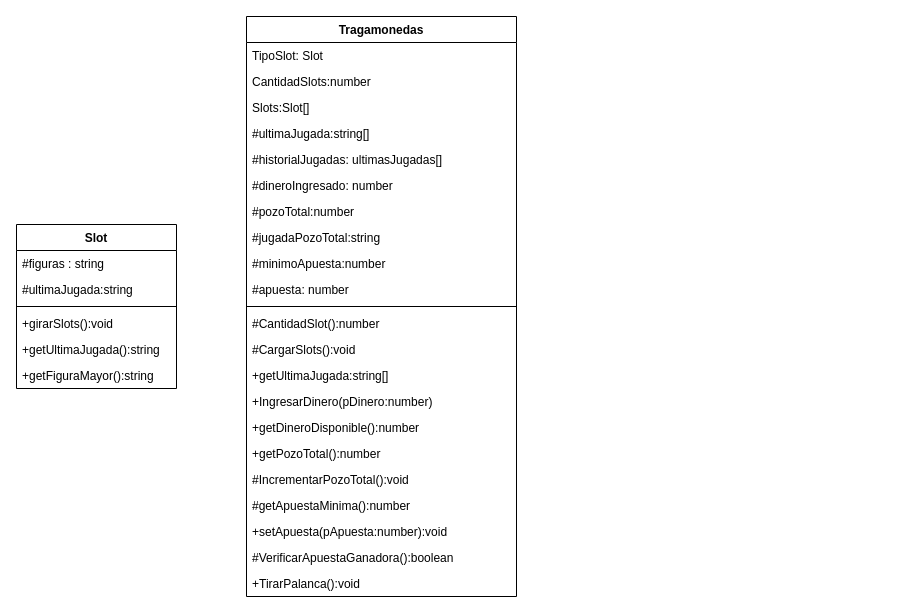
Before: page "TRAGAMONEDAS" (2 of 5) of MaquinaTragamonedas.drawio in gceballos23/Casino, a draw.io diagram. Source tidied: cells renumbered, new cells numbered last; positions are measured from the earlier drawing's top-left corner, leaving out a move shared by most shapes. Both pictures are drawn from the tidied source at 100%, with x=0, y=0 at pixel (16, 16).
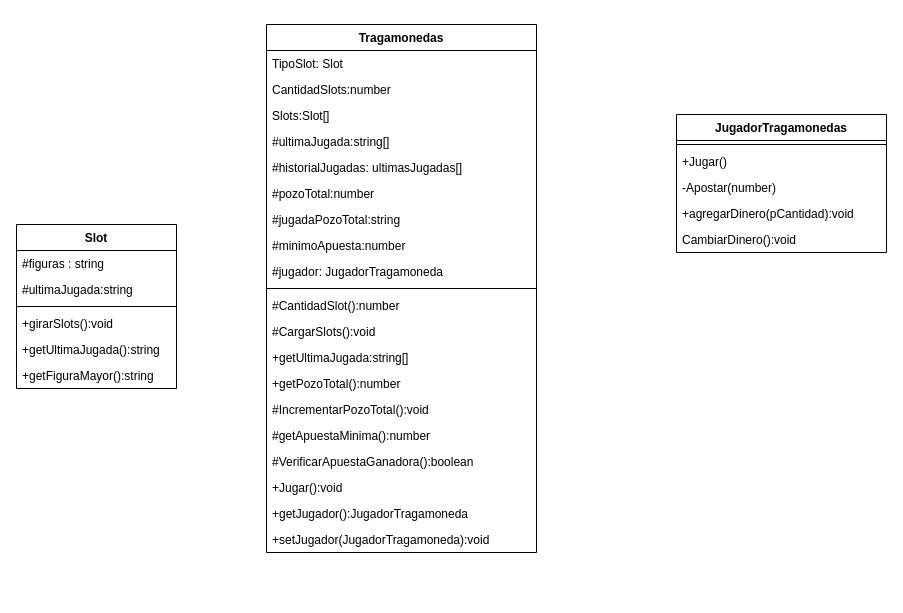
The same diagram, later.

The edit, as a diff of the source:
```diff
@@
     <mxCell id="9" value="Tragamonedas" style="swimlane;fontStyle=1;align=center;verticalAlign=top;horizontal=1;startSize=26;" parent="1" vertex="1">
-      <mxGeometry x="230" width="270" height="580" as="geometry" />
+      <mxGeometry x="250" y="8" width="270" height="528" as="geometry" />
     </mxCell>
@@
-    <mxCell id="15" value="#dineroIngresado: number" style="text;strokeColor=none;fillColor=none;align=left;verticalAlign=top;spacingLeft=4;spacingRight=4;overflow=hidden;" parent="9" vertex="1">
-      <mxGeometry y="156" width="270" height="26" as="geometry" />
-    </mxCell>
     <mxCell id="16" value="#pozoTotal:number" style="text;strokeColor=none;fillColor=none;align=left;verticalAlign=top;spacingLeft=4;spacingRight=4;overflow=hidden;" parent="9" vertex="1">
-      <mxGeometry y="182" width="270" height="26" as="geometry" />
+      <mxGeometry y="156" width="270" height="26" as="geometry" />
     </mxCell>
     <mxCell id="17" value="#jugadaPozoTotal:string" style="text;strokeColor=none;fillColor=none;align=left;verticalAlign=top;spacingLeft=4;spacingRight=4;overflow=hidden;" parent="9" vertex="1">
-      <mxGeometry y="208" width="270" height="26" as="geometry" />
+      <mxGeometry y="182" width="270" height="26" as="geometry" />
     </mxCell>
     <mxCell id="18" value="#minimoApuesta:number" style="text;strokeColor=none;fillColor=none;align=left;verticalAlign=top;spacingLeft=4;spacingRight=4;overflow=hidden;" parent="9" vertex="1">
-      <mxGeometry y="234" width="270" height="26" as="geometry" />
+      <mxGeometry y="208" width="270" height="26" as="geometry" />
     </mxCell>
-    <mxCell id="19" value="#apuesta: number" style="text;strokeColor=none;fillColor=none;align=left;verticalAlign=top;spacingLeft=4;spacingRight=4;overflow=hidden;" parent="9" vertex="1">
-      <mxGeometry y="260" width="270" height="26" as="geometry" />
-    </mxCell>
+    <mxCell id="32" value="#jugador: JugadorTragamoneda" style="text;strokeColor=none;fillColor=none;align=left;verticalAlign=top;spacingLeft=4;spacingRight=4;overflow=hidden;" parent="9" vertex="1">
+      <mxGeometry y="234" width="270" height="26" as="geometry" />
+    </mxCell>
     <mxCell id="20" style="line;strokeWidth=1;fillColor=none;align=left;verticalAlign=middle;spacingTop=-1;spacingLeft=3;spacingRight=3;labelPosition=right;strokeColor=inherit;" parent="9" vertex="1">
-      <mxGeometry y="286" width="270" height="8" as="geometry" />
+      <mxGeometry y="260" width="270" height="8" as="geometry" />
     </mxCell>
     <mxCell id="21" value="#CantidadSlot():number" style="text;strokeColor=none;fillColor=none;align=left;verticalAlign=top;spacingLeft=4;spacingRight=4;overflow=hidden;" parent="9" vertex="1">
-      <mxGeometry y="294" width="270" height="26" as="geometry" />
+      <mxGeometry y="268" width="270" height="26" as="geometry" />
     </mxCell>
     <mxCell id="22" value="#CargarSlots():void" style="text;strokeColor=none;fillColor=none;align=left;verticalAlign=top;spacingLeft=4;spacingRight=4;overflow=hidden;" parent="9" vertex="1">
-      <mxGeometry y="320" width="270" height="26" as="geometry" />
+      <mxGeometry y="294" width="270" height="26" as="geometry" />
     </mxCell>
     <mxCell id="23" value="+getUltimaJugada:string[]" style="text;strokeColor=none;fillColor=none;align=left;verticalAlign=top;spacingLeft=4;spacingRight=4;overflow=hidden;" parent="9" vertex="1">
-      <mxGeometry y="346" width="270" height="26" as="geometry" />
+      <mxGeometry y="320" width="270" height="26" as="geometry" />
     </mxCell>
-    <mxCell id="24" value="+IngresarDinero(pDinero:number)" style="text;strokeColor=none;fillColor=none;align=left;verticalAlign=top;spacingLeft=4;spacingRight=4;overflow=hidden;" parent="9" vertex="1">
-      <mxGeometry y="372" width="270" height="26" as="geometry" />
-    </mxCell>
-    <mxCell id="25" value="+getDineroDisponible():number" style="text;strokeColor=none;fillColor=none;align=left;verticalAlign=top;spacingLeft=4;spacingRight=4;overflow=hidden;" parent="9" vertex="1">
-      <mxGeometry y="398" width="270" height="26" as="geometry" />
-    </mxCell>
     <mxCell id="26" value="+getPozoTotal():number" style="text;strokeColor=none;fillColor=none;align=left;verticalAlign=top;spacingLeft=4;spacingRight=4;overflow=hidden;" parent="9" vertex="1">
-      <mxGeometry y="424" width="270" height="26" as="geometry" />
+      <mxGeometry y="346" width="270" height="26" as="geometry" />
     </mxCell>
     <mxCell id="27" value="#IncrementarPozoTotal():void" style="text;strokeColor=none;fillColor=none;align=left;verticalAlign=top;spacingLeft=4;spacingRight=4;overflow=hidden;" parent="9" vertex="1">
-      <mxGeometry y="450" width="270" height="26" as="geometry" />
+      <mxGeometry y="372" width="270" height="26" as="geometry" />
     </mxCell>
     <mxCell id="28" value="#getApuestaMinima():number" style="text;strokeColor=none;fillColor=none;align=left;verticalAlign=top;spacingLeft=4;spacingRight=4;overflow=hidden;" parent="9" vertex="1">
-      <mxGeometry y="476" width="270" height="26" as="geometry" />
+      <mxGeometry y="398" width="270" height="26" as="geometry" />
     </mxCell>
-    <mxCell id="29" value="+setApuesta(pApuesta:number):void" style="text;strokeColor=none;fillColor=none;align=left;verticalAlign=top;spacingLeft=4;spacingRight=4;overflow=hidden;" parent="9" vertex="1">
-      <mxGeometry y="502" width="270" height="26" as="geometry" />
-    </mxCell>
     <mxCell id="30" value="#VerificarApuestaGanadora():boolean" style="text;strokeColor=none;fillColor=none;align=left;verticalAlign=top;spacingLeft=4;spacingRight=4;overflow=hidden;" parent="9" vertex="1">
-      <mxGeometry y="528" width="270" height="26" as="geometry" />
+      <mxGeometry y="424" width="270" height="26" as="geometry" />
     </mxCell>
-    <mxCell id="31" value="+TirarPalanca():void" style="text;strokeColor=none;fillColor=none;align=left;verticalAlign=top;spacingLeft=4;spacingRight=4;overflow=hidden;" parent="9" vertex="1">
-      <mxGeometry y="554" width="270" height="26" as="geometry" />
+    <mxCell id="31" value="+Jugar():void" style="text;strokeColor=none;fillColor=none;align=left;verticalAlign=top;spacingLeft=4;spacingRight=4;overflow=hidden;" parent="9" vertex="1">
+      <mxGeometry y="450" width="270" height="26" as="geometry" />
     </mxCell>
+    <mxCell id="33" value="+getJugador():JugadorTragamoneda" style="text;strokeColor=none;fillColor=none;align=left;verticalAlign=top;spacingLeft=4;spacingRight=4;overflow=hidden;" parent="9" vertex="1">
+      <mxGeometry y="476" width="270" height="26" as="geometry" />
+    </mxCell>
+    <mxCell id="34" value="+setJugador(JugadorTragamoneda):void" style="text;strokeColor=none;fillColor=none;align=left;verticalAlign=top;spacingLeft=4;spacingRight=4;overflow=hidden;" parent="9" vertex="1">
+      <mxGeometry y="502" width="270" height="26" as="geometry" />
+    </mxCell>
+    <mxCell id="35" value="JugadorTragamonedas" style="swimlane;fontStyle=1;align=center;verticalAlign=top;horizontal=1;startSize=26;" parent="1" vertex="1">
+      <mxGeometry x="660" y="98" width="210" height="138" as="geometry" />
+    </mxCell>
+    <mxCell id="36" style="line;strokeWidth=1;fillColor=none;align=left;verticalAlign=middle;spacingTop=-1;spacingLeft=3;spacingRight=3;labelPosition=right;strokeColor=inherit;" parent="35" vertex="1">
+      <mxGeometry y="26" width="210" height="8" as="geometry" />
+    </mxCell>
+    <mxCell id="37" value="+Jugar()" style="text;strokeColor=none;fillColor=none;align=left;verticalAlign=top;spacingLeft=4;spacingRight=4;overflow=hidden;" parent="35" vertex="1">
+      <mxGeometry y="34" width="210" height="26" as="geometry" />
+    </mxCell>
+    <mxCell id="38" value="-Apostar(number)" style="text;strokeColor=none;fillColor=none;align=left;verticalAlign=top;spacingLeft=4;spacingRight=4;overflow=hidden;" parent="35" vertex="1">
+      <mxGeometry y="60" width="210" height="26" as="geometry" />
+    </mxCell>
+    <mxCell id="39" value="+agregarDinero(pCantidad):void" style="text;strokeColor=none;fillColor=none;align=left;verticalAlign=top;spacingLeft=4;spacingRight=4;overflow=hidden;" parent="35" vertex="1">
+      <mxGeometry y="86" width="210" height="26" as="geometry" />
+    </mxCell>
+    <mxCell id="40" value="CambiarDinero():void" style="text;strokeColor=none;fillColor=none;align=left;verticalAlign=top;spacingLeft=4;spacingRight=4;overflow=hidden;" parent="35" vertex="1">
+      <mxGeometry y="112" width="210" height="26" as="geometry" />
+    </mxCell>
```
